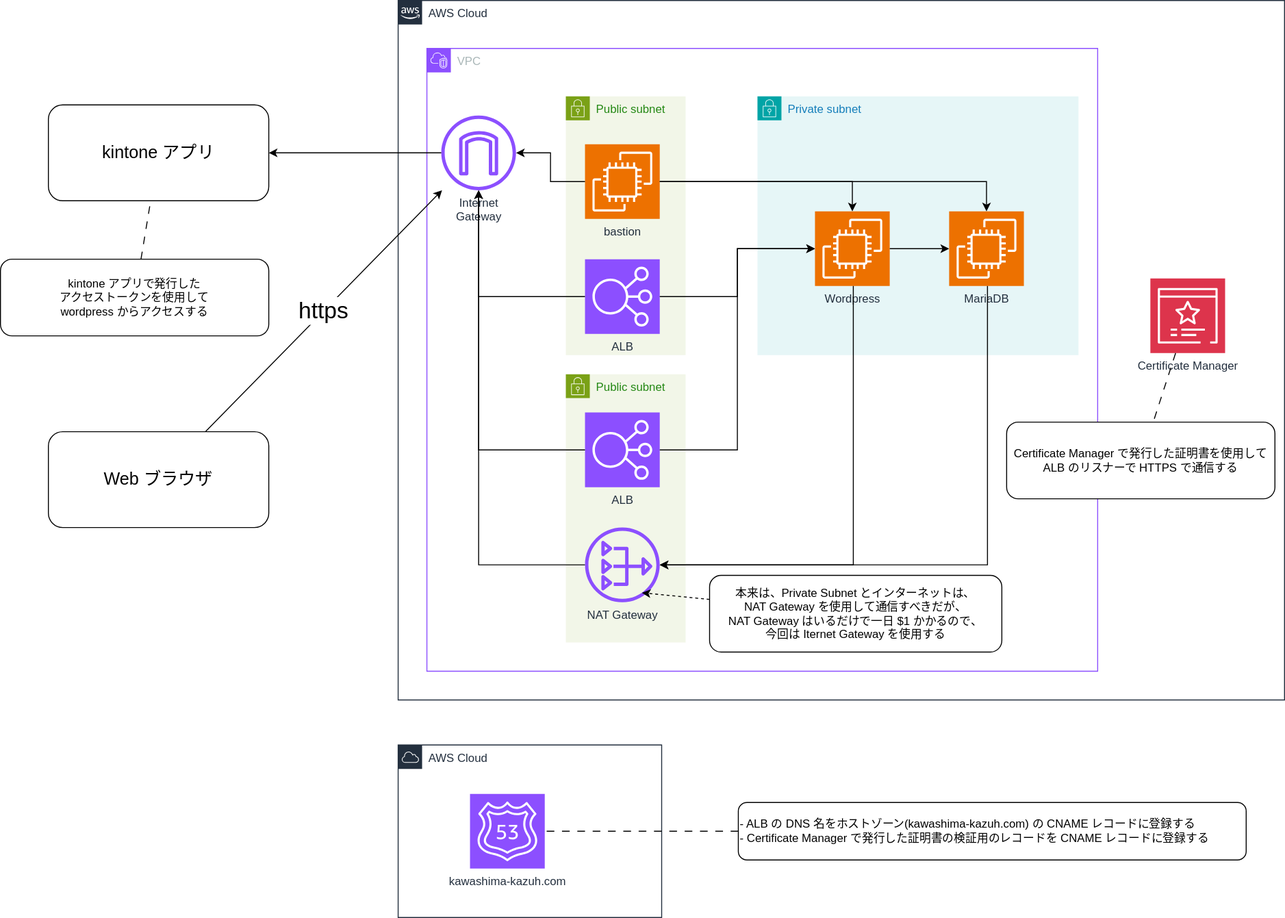
The draw.io diagram docs/kintone/wordpress/img/system.drawio.svg in cupperservice/HJ-2025, before a commit. Source tidied: cells renumbered, new cells last; positions are measured from the earlier drawing's top-left corner, leaving out a move shared by most shapes.
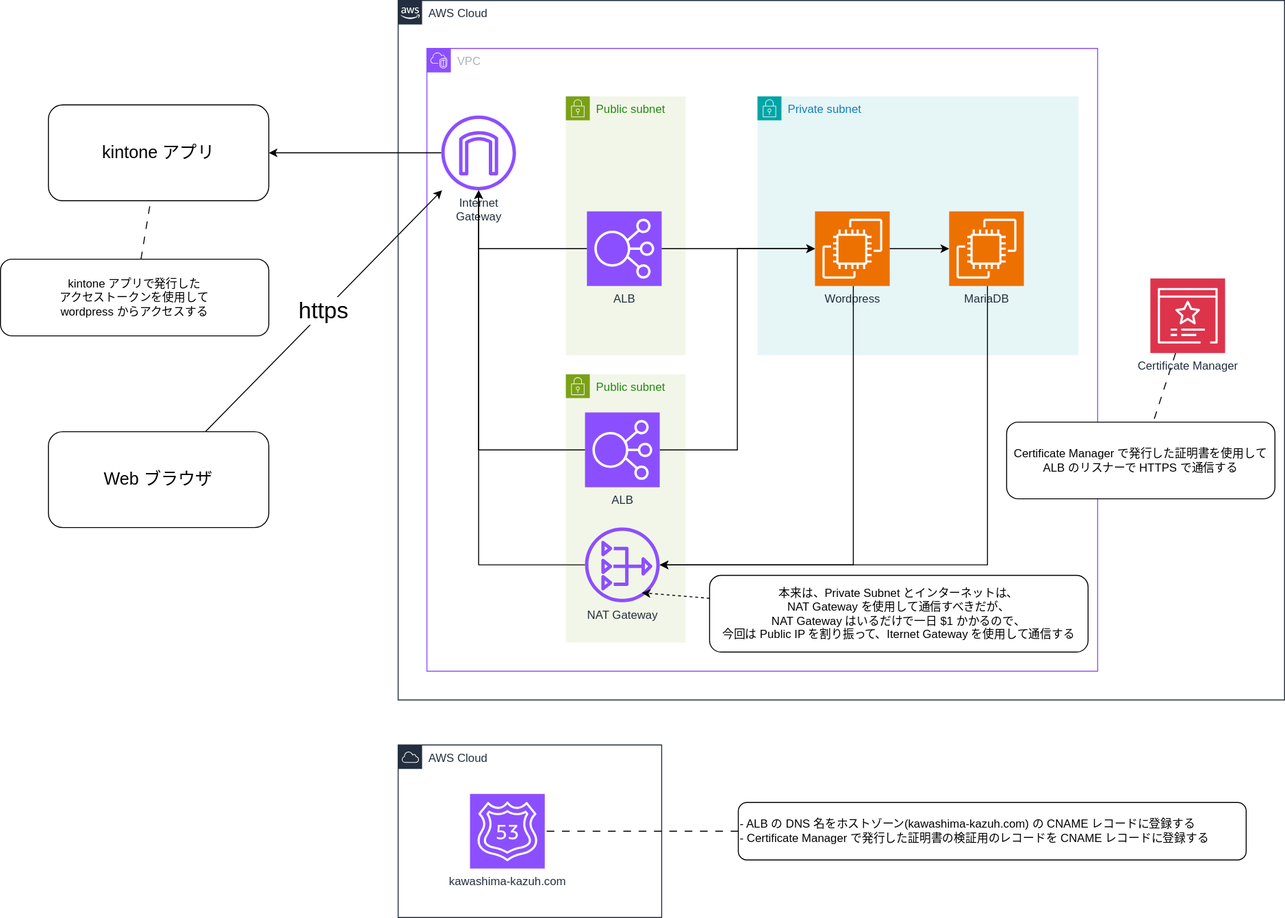
Later version of the same file.

The edit, as a diff of the source:
```diff
@@ -1,4 +1,4 @@
-<mxGraphModel background="light-dark(#FFFFFF,#000000)">
+<mxGraphModel>
   <root>
     <mxCell id="0" />
     <mxCell id="1" parent="0" />
@@ -15,11 +15,8 @@
       <mxGeometry x="145" y="50" width="125" height="270" as="geometry" />
     </mxCell>
     <mxCell id="6" value="ALB" style="sketch=0;points=[[0,0,0],[0.25,0,0],[0.5,0,0],[0.75,0,0],[1,0,0],[0,1,0],[0.25,1,0],[0.5,1,0],[0.75,1,0],[1,1,0],[0,0.25,0],[0,0.5,0],[0,0.75,0],[1,0.25,0],[1,0.5,0],[1,0.75,0]];outlineConnect=0;fontColor=#232F3E;fillColor=#8C4FFF;strokeColor=#ffffff;dashed=0;verticalLabelPosition=bottom;verticalAlign=top;align=center;html=1;fontSize=12;fontStyle=0;shape=mxgraph.aws4.resourceIcon;resIcon=mxgraph.aws4.elastic_load_balancing;" parent="5" vertex="1">
-      <mxGeometry x="20" y="170" width="78" height="78" as="geometry" />
+      <mxGeometry x="22" y="120" width="78" height="78" as="geometry" />
     </mxCell>
-    <mxCell id="7" value="bastion" style="sketch=0;points=[[0,0,0],[0.25,0,0],[0.5,0,0],[0.75,0,0],[1,0,0],[0,1,0],[0.25,1,0],[0.5,1,0],[0.75,1,0],[1,1,0],[0,0.25,0],[0,0.5,0],[0,0.75,0],[1,0.25,0],[1,0.5,0],[1,0.75,0]];outlineConnect=0;fontColor=#232F3E;fillColor=#ED7100;strokeColor=#ffffff;dashed=0;verticalLabelPosition=bottom;verticalAlign=top;align=center;html=1;fontSize=12;fontStyle=0;shape=mxgraph.aws4.resourceIcon;resIcon=mxgraph.aws4.ec2;" parent="5" vertex="1">
-      <mxGeometry x="20" y="50" width="78" height="78" as="geometry" />
-    </mxCell>
     <mxCell id="8" value="Private subnet" style="gradientColor=none;html=1;whiteSpace=wrap;fontSize=12;fontStyle=0;shape=mxgraph.aws4.group;grIcon=mxgraph.aws4.group_security_group;grStroke=0;strokeColor=#00A4A6;fillColor=#E6F6F7;verticalAlign=top;align=left;spacingLeft=30;fontColor=#147EBA;dashed=0;" parent="4" vertex="1">
       <mxGeometry x="345" y="50" width="335" height="270" as="geometry" />
     </mxCell>
@@ -59,15 +56,6 @@
     <mxCell id="20" style="edgeStyle=orthogonalEdgeStyle;rounded=0;jettySize=auto;html=1;" parent="4" edge="1" source="13" target="15">
       <mxGeometry relative="1" as="geometry" />
     </mxCell>
-    <mxCell id="21" style="edgeStyle=orthogonalEdgeStyle;rounded=0;jettySize=auto;html=1;" parent="4" edge="1" source="7" target="15">
-      <mxGeometry relative="1" as="geometry" />
-    </mxCell>
-    <mxCell id="22" style="edgeStyle=orthogonalEdgeStyle;rounded=0;jettySize=auto;html=1;entryX=0.5;entryY=0;entryDx=0;entryDy=0;entryPerimeter=0;" parent="4" edge="1" source="7" target="9">
-      <mxGeometry relative="1" as="geometry" />
-    </mxCell>
-    <mxCell id="23" style="edgeStyle=orthogonalEdgeStyle;rounded=0;jettySize=auto;html=1;entryX=0.5;entryY=0;entryDx=0;entryDy=0;entryPerimeter=0;" parent="4" edge="1" source="7" target="10">
-      <mxGeometry relative="1" as="geometry" />
-    </mxCell>
     <mxCell id="24" style="edgeStyle=orthogonalEdgeStyle;rounded=0;jettySize=auto;html=1;" parent="4" edge="1" source="9" target="14">
       <mxGeometry relative="1" as="geometry">
         <Array as="points">
@@ -82,12 +70,12 @@
         </Array>
       </mxGeometry>
     </mxCell>
-    <mxCell id="26" value="本来は、Private Subnet とインターネットは、&lt;div&gt;NAT Gateway を使用して通信すべきだが、&lt;/div&gt;&lt;div&gt;NAT Gateway はいるだけで一日 $1 かかるので、&lt;/div&gt;&lt;div&gt;今回は Iternet Gateway を使用する&lt;/div&gt;" style="rounded=1;whiteSpace=wrap;html=1;" parent="4" vertex="1">
-      <mxGeometry x="295" y="550" width="305" height="80" as="geometry" />
-    </mxCell>
-    <mxCell id="27" style="html=1;entryX=0.761;entryY=0.873;entryDx=0;entryDy=0;entryPerimeter=0;dashed=1;" parent="4" edge="1" source="26" target="14">
-      <mxGeometry relative="1" as="geometry" />
-    </mxCell>
+    <mxCell id="40" value="本来は、Private Subnet とインターネットは、&lt;div&gt;NAT Gateway を使用して通信すべきだが、&lt;/div&gt;&lt;div&gt;NAT Gateway はいるだけで一日 $1 かかるので、&lt;/div&gt;&lt;div&gt;今回は Public IP を割り振って、Iternet Gateway を使用して通信する&lt;/div&gt;" style="rounded=1;whiteSpace=wrap;html=1;" parent="4" vertex="1">
+      <mxGeometry x="295" y="550" width="395" height="80" as="geometry" />
+    </mxCell>
+    <mxCell id="41" style="html=1;entryX=0.761;entryY=0.873;entryDx=0;entryDy=0;entryPerimeter=0;dashed=1;" parent="4" edge="1" source="40" target="14">
+      <mxGeometry relative="1" as="geometry" />
+    </mxCell>
     <mxCell id="28" value="Certificate Manager" style="sketch=0;points=[[0,0,0],[0.25,0,0],[0.5,0,0],[0.75,0,0],[1,0,0],[0,1,0],[0.25,1,0],[0.5,1,0],[0.75,1,0],[1,1,0],[0,0.25,0],[0,0.5,0],[0,0.75,0],[1,0.25,0],[1,0.5,0],[1,0.75,0]];outlineConnect=0;fontColor=#232F3E;fillColor=#DD344C;strokeColor=#ffffff;dashed=0;verticalLabelPosition=bottom;verticalAlign=top;align=center;html=1;fontSize=12;fontStyle=0;shape=mxgraph.aws4.resourceIcon;resIcon=mxgraph.aws4.certificate_manager_3;" parent="3" vertex="1">
       <mxGeometry x="785" y="290" width="78" height="78" as="geometry" />
     </mxCell>
```
